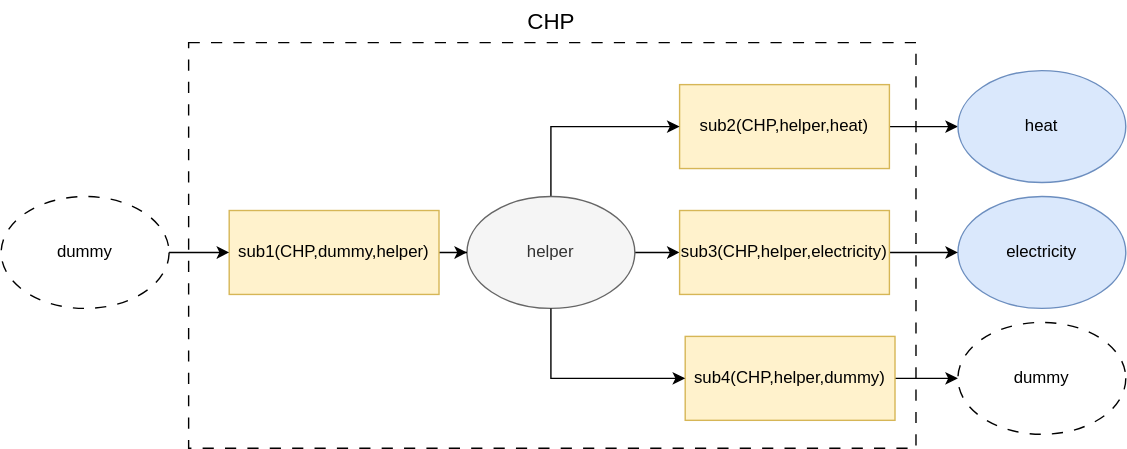
Before: docs/source/figures/CHP.svg, a diagram exported from draw.io (EINS-TUDa/CESM). Source tidied: cells renumbered, new cells last; positions are measured from the earlier drawing's top-left corner, leaving out a move shared by most shapes. The source it was exported from:
```xml
<mxGraphModel>
  <root>
    <mxCell id="0" />
    <mxCell id="1" parent="0" />
    <mxCell id="2" style="rounded=0;whiteSpace=wrap;html=1;fillColor=none;dashed=1;dashPattern=8 8;" parent="1" vertex="1">
      <mxGeometry x="134" y="30" width="520" height="290" as="geometry" />
    </mxCell>
    <mxCell id="3" style="edgeStyle=orthogonalEdgeStyle;rounded=0;jettySize=auto;html=1;" parent="1" edge="1" source="4" target="6">
      <mxGeometry relative="1" as="geometry" />
    </mxCell>
    <mxCell id="4" value="sub2(CHP,helper,heat)" style="rounded=0;whiteSpace=wrap;html=1;fillColor=#fff2cc;strokeColor=#d6b656;" parent="1" vertex="1">
      <mxGeometry x="485" y="60" width="150" height="60" as="geometry" />
    </mxCell>
    <mxCell id="5" value="CHP" style="text;html=1;align=center;verticalAlign=middle;strokeColor=none;fillColor=none;fontSize=16;" parent="1" vertex="1">
      <mxGeometry x="363" width="60" height="30" as="geometry" />
    </mxCell>
    <mxCell id="6" value="heat" style="ellipse;whiteSpace=wrap;html=1;fillColor=#dae8fc;strokeColor=#6c8ebf;" parent="1" vertex="1">
      <mxGeometry x="684" y="50" width="120" height="80" as="geometry" />
    </mxCell>
    <mxCell id="7" value="electricity" style="ellipse;whiteSpace=wrap;html=1;fillColor=#dae8fc;strokeColor=#6c8ebf;" parent="1" vertex="1">
      <mxGeometry x="684" y="140" width="120" height="80" as="geometry" />
    </mxCell>
    <mxCell id="8" style="edgeStyle=orthogonalEdgeStyle;rounded=0;jettySize=auto;html=1;entryX=0;entryY=0.5;entryDx=0;entryDy=0;exitX=0.5;exitY=0;exitDx=0;exitDy=0;" parent="1" edge="1" source="10" target="4">
      <mxGeometry relative="1" as="geometry" />
    </mxCell>
    <mxCell id="9" style="edgeStyle=orthogonalEdgeStyle;rounded=0;jettySize=auto;html=1;entryX=0;entryY=0.5;entryDx=0;entryDy=0;" parent="1" edge="1" source="10" target="12">
      <mxGeometry relative="1" as="geometry" />
    </mxCell>
    <mxCell id="10" value="helper" style="ellipse;whiteSpace=wrap;html=1;fillColor=#f5f5f5;fontColor=#333333;strokeColor=#666666;" parent="1" vertex="1">
      <mxGeometry x="333" y="140" width="120" height="80" as="geometry" />
    </mxCell>
    <mxCell id="11" style="edgeStyle=orthogonalEdgeStyle;rounded=0;jettySize=auto;html=1;" parent="1" edge="1" source="12" target="7">
      <mxGeometry relative="1" as="geometry" />
    </mxCell>
    <mxCell id="12" value="sub3(CHP,helper,electricity)" style="rounded=0;whiteSpace=wrap;html=1;fillColor=#fff2cc;strokeColor=#d6b656;" parent="1" vertex="1">
      <mxGeometry x="485" y="150" width="150" height="60" as="geometry" />
    </mxCell>
    <mxCell id="13" style="edgeStyle=orthogonalEdgeStyle;rounded=0;jettySize=auto;html=1;" parent="1" edge="1" source="14" target="10">
      <mxGeometry relative="1" as="geometry" />
    </mxCell>
    <mxCell id="14" value="sub1(CHP,dummy,helper)" style="rounded=0;whiteSpace=wrap;html=1;fillColor=#fff2cc;strokeColor=#d6b656;" parent="1" vertex="1">
      <mxGeometry x="163" y="150" width="150" height="60" as="geometry" />
    </mxCell>
    <mxCell id="15" style="edgeStyle=orthogonalEdgeStyle;rounded=0;jettySize=auto;html=1;" parent="1" edge="1" source="16" target="14">
      <mxGeometry relative="1" as="geometry" />
    </mxCell>
    <mxCell id="16" value="dummy" style="ellipse;whiteSpace=wrap;html=1;dashed=1;dashPattern=8 8;" parent="1" vertex="1">
      <mxGeometry y="140" width="120" height="80" as="geometry" />
    </mxCell>
    <mxCell id="17" style="edgeStyle=orthogonalEdgeStyle;rounded=0;jettySize=auto;html=1;" parent="1" edge="1" source="18" target="20">
      <mxGeometry relative="1" as="geometry" />
    </mxCell>
    <mxCell id="18" value="sub4(CHP,helper,dummy)" style="rounded=0;whiteSpace=wrap;html=1;fillColor=#fff2cc;strokeColor=#d6b656;" parent="1" vertex="1">
      <mxGeometry x="489" y="240" width="150" height="60" as="geometry" />
    </mxCell>
    <mxCell id="19" style="edgeStyle=orthogonalEdgeStyle;rounded=0;jettySize=auto;html=1;entryX=0;entryY=0.5;entryDx=0;entryDy=0;exitX=0.5;exitY=1;exitDx=0;exitDy=0;" parent="1" edge="1" source="10" target="18">
      <mxGeometry relative="1" as="geometry" />
    </mxCell>
    <mxCell id="20" value="dummy" style="ellipse;whiteSpace=wrap;html=1;dashed=1;dashPattern=8 8;" parent="1" vertex="1">
      <mxGeometry x="684" y="230" width="120" height="80" as="geometry" />
    </mxCell>
  </root>
</mxGraphModel>
```
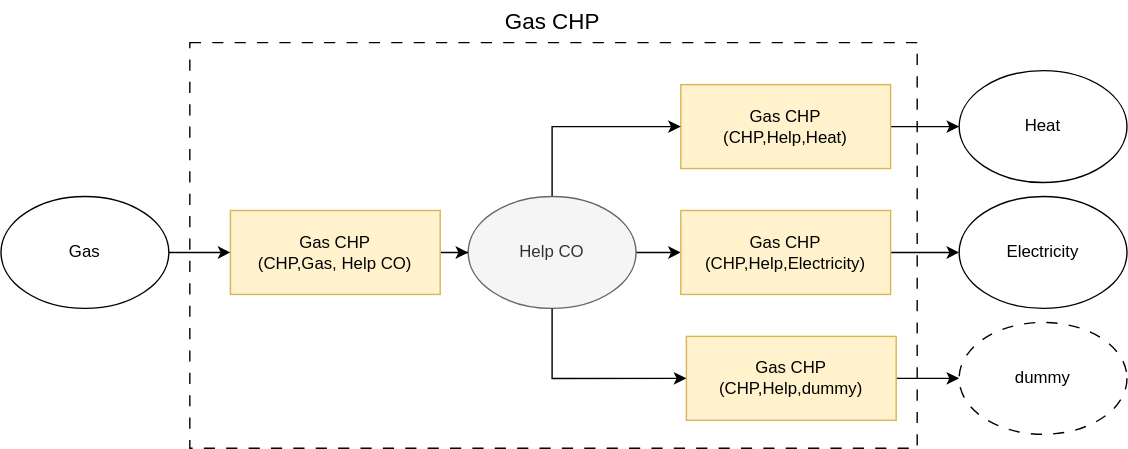
The same file after the commit.

What changed in the source:
```diff
@@ -8,16 +8,16 @@
     <mxCell id="3" style="edgeStyle=orthogonalEdgeStyle;rounded=0;jettySize=auto;html=1;" parent="1" edge="1" source="4" target="6">
       <mxGeometry relative="1" as="geometry" />
     </mxCell>
-    <mxCell id="4" value="sub2(CHP,helper,heat)" style="rounded=0;whiteSpace=wrap;html=1;fillColor=#fff2cc;strokeColor=#d6b656;" parent="1" vertex="1">
+    <mxCell id="4" value="Gas CHP&lt;br style=&quot;border-color: var(--border-color);&quot;&gt;(CHP,Help,Heat)" style="rounded=0;whiteSpace=wrap;html=1;fillColor=#fff2cc;strokeColor=#d6b656;" parent="1" vertex="1">
       <mxGeometry x="485" y="60" width="150" height="60" as="geometry" />
     </mxCell>
-    <mxCell id="5" value="CHP" style="text;html=1;align=center;verticalAlign=middle;strokeColor=none;fillColor=none;fontSize=16;" parent="1" vertex="1">
-      <mxGeometry x="363" width="60" height="30" as="geometry" />
+    <mxCell id="5" value="Gas CHP" style="text;html=1;align=center;verticalAlign=middle;strokeColor=none;fillColor=none;fontSize=16;" parent="1" vertex="1">
+      <mxGeometry x="348" width="90" height="30" as="geometry" />
     </mxCell>
-    <mxCell id="6" value="heat" style="ellipse;whiteSpace=wrap;html=1;fillColor=#dae8fc;strokeColor=#6c8ebf;" parent="1" vertex="1">
+    <mxCell id="6" value="Heat" style="ellipse;whiteSpace=wrap;html=1;fillColor=#FFFFFF;strokeColor=#000000;" parent="1" vertex="1">
       <mxGeometry x="684" y="50" width="120" height="80" as="geometry" />
     </mxCell>
-    <mxCell id="7" value="electricity" style="ellipse;whiteSpace=wrap;html=1;fillColor=#dae8fc;strokeColor=#6c8ebf;" parent="1" vertex="1">
+    <mxCell id="7" value="Electricity" style="ellipse;whiteSpace=wrap;html=1;fillColor=default;strokeColor=#000000;" parent="1" vertex="1">
       <mxGeometry x="684" y="140" width="120" height="80" as="geometry" />
     </mxCell>
     <mxCell id="8" style="edgeStyle=orthogonalEdgeStyle;rounded=0;jettySize=auto;html=1;entryX=0;entryY=0.5;entryDx=0;entryDy=0;exitX=0.5;exitY=0;exitDx=0;exitDy=0;" parent="1" edge="1" source="10" target="4">
@@ -26,31 +26,31 @@
     <mxCell id="9" style="edgeStyle=orthogonalEdgeStyle;rounded=0;jettySize=auto;html=1;entryX=0;entryY=0.5;entryDx=0;entryDy=0;" parent="1" edge="1" source="10" target="12">
       <mxGeometry relative="1" as="geometry" />
     </mxCell>
-    <mxCell id="10" value="helper" style="ellipse;whiteSpace=wrap;html=1;fillColor=#f5f5f5;fontColor=#333333;strokeColor=#666666;" parent="1" vertex="1">
+    <mxCell id="10" value="Help CO" style="ellipse;whiteSpace=wrap;html=1;fillColor=#f5f5f5;fontColor=#333333;strokeColor=#666666;" parent="1" vertex="1">
       <mxGeometry x="333" y="140" width="120" height="80" as="geometry" />
     </mxCell>
     <mxCell id="11" style="edgeStyle=orthogonalEdgeStyle;rounded=0;jettySize=auto;html=1;" parent="1" edge="1" source="12" target="7">
       <mxGeometry relative="1" as="geometry" />
     </mxCell>
-    <mxCell id="12" value="sub3(CHP,helper,electricity)" style="rounded=0;whiteSpace=wrap;html=1;fillColor=#fff2cc;strokeColor=#d6b656;" parent="1" vertex="1">
+    <mxCell id="12" value="Gas CHP&lt;br style=&quot;border-color: var(--border-color);&quot;&gt;(CHP,Help,Electricity)" style="rounded=0;whiteSpace=wrap;html=1;fillColor=#fff2cc;strokeColor=#d6b656;" parent="1" vertex="1">
       <mxGeometry x="485" y="150" width="150" height="60" as="geometry" />
     </mxCell>
     <mxCell id="13" style="edgeStyle=orthogonalEdgeStyle;rounded=0;jettySize=auto;html=1;" parent="1" edge="1" source="14" target="10">
       <mxGeometry relative="1" as="geometry" />
     </mxCell>
-    <mxCell id="14" value="sub1(CHP,dummy,helper)" style="rounded=0;whiteSpace=wrap;html=1;fillColor=#fff2cc;strokeColor=#d6b656;" parent="1" vertex="1">
+    <mxCell id="14" value="Gas CHP&lt;br&gt;(CHP,Gas, Help CO)" style="rounded=0;whiteSpace=wrap;html=1;fillColor=#fff2cc;strokeColor=#d6b656;" parent="1" vertex="1">
       <mxGeometry x="163" y="150" width="150" height="60" as="geometry" />
     </mxCell>
     <mxCell id="15" style="edgeStyle=orthogonalEdgeStyle;rounded=0;jettySize=auto;html=1;" parent="1" edge="1" source="16" target="14">
       <mxGeometry relative="1" as="geometry" />
     </mxCell>
-    <mxCell id="16" value="dummy" style="ellipse;whiteSpace=wrap;html=1;dashed=1;dashPattern=8 8;" parent="1" vertex="1">
-      <mxGeometry y="140" width="120" height="80" as="geometry" />
+    <mxCell id="16" value="Gas" style="ellipse;whiteSpace=wrap;html=1;" parent="1" vertex="1">
+      <mxGeometry x="-1" y="140" width="120" height="80" as="geometry" />
     </mxCell>
     <mxCell id="17" style="edgeStyle=orthogonalEdgeStyle;rounded=0;jettySize=auto;html=1;" parent="1" edge="1" source="18" target="20">
       <mxGeometry relative="1" as="geometry" />
     </mxCell>
-    <mxCell id="18" value="sub4(CHP,helper,dummy)" style="rounded=0;whiteSpace=wrap;html=1;fillColor=#fff2cc;strokeColor=#d6b656;" parent="1" vertex="1">
+    <mxCell id="18" value="Gas CHP&lt;br style=&quot;border-color: var(--border-color);&quot;&gt;(CHP,Help,dummy)" style="rounded=0;whiteSpace=wrap;html=1;fillColor=#fff2cc;strokeColor=#d6b656;" parent="1" vertex="1">
       <mxGeometry x="489" y="240" width="150" height="60" as="geometry" />
     </mxCell>
     <mxCell id="19" style="edgeStyle=orthogonalEdgeStyle;rounded=0;jettySize=auto;html=1;entryX=0;entryY=0.5;entryDx=0;entryDy=0;exitX=0.5;exitY=1;exitDx=0;exitDy=0;" parent="1" edge="1" source="10" target="18">
```
